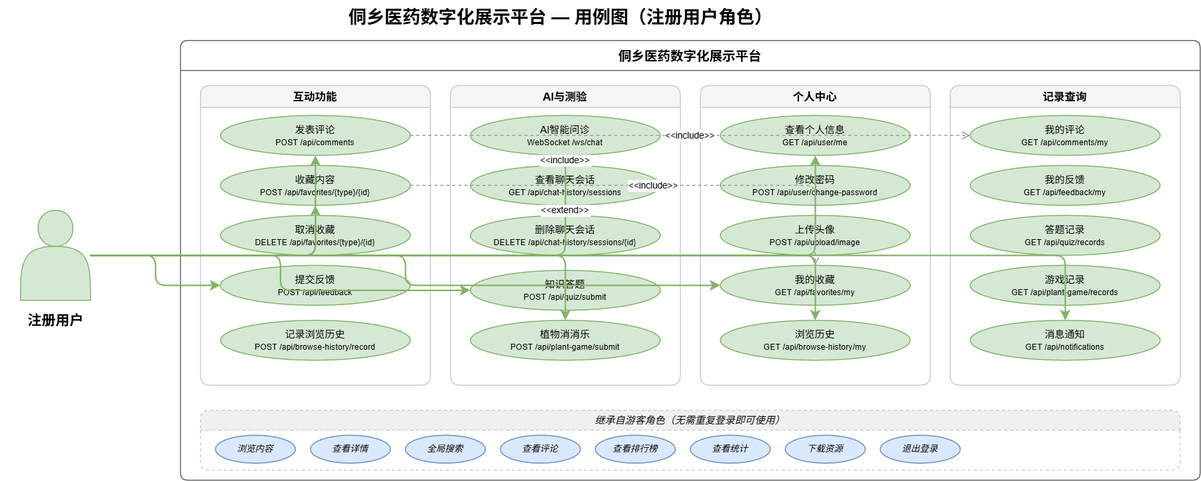
yhe3603-star/Graduation-Project keeps this draw.io diagram as docs/diagrams-png/usecase-user.drawio.png. Above is the earlier version. Source tidied: cells renumbered, new cells last; positions are measured from the earlier drawing's top-left corner, leaving out a move shared by most shapes. The source it was exported from:
```xml
<mxGraphModel>
  <root>
    <mxCell id="0" />
    <mxCell id="1" parent="0" />
    <mxCell id="2" value="侗乡医药数字化展示平台 — 用例图（注册用户角色）" style="text;html=1;fontSize=18;fontStyle=1;align=center;" parent="1" vertex="1">
      <mxGeometry x="310" width="500" height="35" as="geometry" />
    </mxCell>
    <mxCell id="3" style="shape=actor;whiteSpace=wrap;html=1;verticalAlign=bottom;labelPosition=center;verticalLabelPosition=bottom;outlineConnect=0;fillColor=#d5e8d4;strokeColor=#82b366;size=20;" parent="1" vertex="1">
      <mxGeometry x="20" y="210" width="70" height="90" as="geometry" />
    </mxCell>
    <mxCell id="4" value="注册用户" style="text;html=1;fontSize=14;fontStyle=1;align=center;" parent="1" vertex="1">
      <mxGeometry y="305" width="110" height="25" as="geometry" />
    </mxCell>
    <mxCell id="5" value="侗乡医药数字化展示平台" style="swimlane;startSize=30;fillColor=#FFFFFF;strokeColor=#666;fontStyle=1;fontSize=13;rounded=1;arcSize=8;" parent="1" vertex="1">
      <mxGeometry x="180" y="40" width="1020" height="440" as="geometry" />
    </mxCell>
    <mxCell id="6" value="互动功能" style="swimlane;startSize=22;fillColor=#f5f5f5;strokeColor=#CCC;fontStyle=1;fontSize=11;rounded=1;" parent="5" vertex="1">
      <mxGeometry x="20" y="45" width="230" height="300" as="geometry" />
    </mxCell>
    <mxCell id="7" value="发表评论&lt;br&gt;&lt;small&gt;POST /api/comments&lt;/small&gt;" style="ellipse;whiteSpace=wrap;html=1;fillColor=#d5e8d4;strokeColor=#82b366;fontSize=10;" parent="6" vertex="1">
      <mxGeometry x="20" y="30" width="190" height="40" as="geometry" />
    </mxCell>
    <mxCell id="8" value="收藏内容&lt;br&gt;&lt;small&gt;POST /api/favorites/{type}/{id}&lt;/small&gt;" style="ellipse;whiteSpace=wrap;html=1;fillColor=#d5e8d4;strokeColor=#82b366;fontSize=10;" parent="6" vertex="1">
      <mxGeometry x="20" y="80" width="190" height="40" as="geometry" />
    </mxCell>
    <mxCell id="9" value="取消收藏&lt;br&gt;&lt;small&gt;DELETE /api/favorites/{type}/{id}&lt;/small&gt;" style="ellipse;whiteSpace=wrap;html=1;fillColor=#d5e8d4;strokeColor=#82b366;fontSize=10;" parent="6" vertex="1">
      <mxGeometry x="20" y="130" width="190" height="40" as="geometry" />
    </mxCell>
    <mxCell id="10" value="提交反馈&lt;br&gt;&lt;small&gt;POST /api/feedback&lt;/small&gt;" style="ellipse;whiteSpace=wrap;html=1;fillColor=#d5e8d4;strokeColor=#82b366;fontSize=10;" parent="6" vertex="1">
      <mxGeometry x="20" y="180" width="190" height="40" as="geometry" />
    </mxCell>
    <mxCell id="11" value="记录浏览历史&lt;br&gt;&lt;small&gt;POST /api/browse-history/record&lt;/small&gt;" style="ellipse;whiteSpace=wrap;html=1;fillColor=#d5e8d4;strokeColor=#82b366;fontSize=10;" parent="6" vertex="1">
      <mxGeometry x="20" y="235" width="190" height="40" as="geometry" />
    </mxCell>
    <mxCell id="12" value="AI与测验" style="swimlane;startSize=22;fillColor=#f5f5f5;strokeColor=#CCC;fontStyle=1;fontSize=11;rounded=1;" parent="5" vertex="1">
      <mxGeometry x="270" y="45" width="230" height="300" as="geometry" />
    </mxCell>
    <mxCell id="13" value="AI智能问诊&lt;br&gt;&lt;small&gt;WebSocket /ws/chat&lt;/small&gt;" style="ellipse;whiteSpace=wrap;html=1;fillColor=#d5e8d4;strokeColor=#82b366;fontSize=10;" parent="12" vertex="1">
      <mxGeometry x="20" y="30" width="190" height="40" as="geometry" />
    </mxCell>
    <mxCell id="14" value="查看聊天会话&lt;br&gt;&lt;small&gt;GET /api/chat-history/sessions&lt;/small&gt;" style="ellipse;whiteSpace=wrap;html=1;fillColor=#d5e8d4;strokeColor=#82b366;fontSize=10;" parent="12" vertex="1">
      <mxGeometry x="20" y="80" width="190" height="40" as="geometry" />
    </mxCell>
    <mxCell id="15" value="删除聊天会话&lt;br&gt;&lt;small&gt;DELETE /api/chat-history/sessions/{id}&lt;/small&gt;" style="ellipse;whiteSpace=wrap;html=1;fillColor=#d5e8d4;strokeColor=#82b366;fontSize=10;" parent="12" vertex="1">
      <mxGeometry x="20" y="130" width="190" height="40" as="geometry" />
    </mxCell>
    <mxCell id="16" value="知识答题&lt;br&gt;&lt;small&gt;POST /api/quiz/submit&lt;/small&gt;" style="ellipse;whiteSpace=wrap;html=1;fillColor=#d5e8d4;strokeColor=#82b366;fontSize=10;" parent="12" vertex="1">
      <mxGeometry x="20" y="185" width="190" height="40" as="geometry" />
    </mxCell>
    <mxCell id="17" value="植物消消乐&lt;br&gt;&lt;small&gt;POST /api/plant-game/submit&lt;/small&gt;" style="ellipse;whiteSpace=wrap;html=1;fillColor=#d5e8d4;strokeColor=#82b366;fontSize=10;" parent="12" vertex="1">
      <mxGeometry x="20" y="235" width="190" height="40" as="geometry" />
    </mxCell>
    <mxCell id="18" value="个人中心" style="swimlane;startSize=22;fillColor=#f5f5f5;strokeColor=#CCC;fontStyle=1;fontSize=11;rounded=1;" parent="5" vertex="1">
      <mxGeometry x="520" y="45" width="230" height="300" as="geometry" />
    </mxCell>
    <mxCell id="19" value="查看个人信息&lt;br&gt;&lt;small&gt;GET /api/user/me&lt;/small&gt;" style="ellipse;whiteSpace=wrap;html=1;fillColor=#d5e8d4;strokeColor=#82b366;fontSize=10;" parent="18" vertex="1">
      <mxGeometry x="20" y="30" width="190" height="40" as="geometry" />
    </mxCell>
    <mxCell id="20" value="修改密码&lt;br&gt;&lt;small&gt;POST /api/user/change-password&lt;/small&gt;" style="ellipse;whiteSpace=wrap;html=1;fillColor=#d5e8d4;strokeColor=#82b366;fontSize=10;" parent="18" vertex="1">
      <mxGeometry x="20" y="80" width="190" height="40" as="geometry" />
    </mxCell>
    <mxCell id="21" value="上传头像&lt;br&gt;&lt;small&gt;POST /api/upload/image&lt;/small&gt;" style="ellipse;whiteSpace=wrap;html=1;fillColor=#d5e8d4;strokeColor=#82b366;fontSize=10;" parent="18" vertex="1">
      <mxGeometry x="20" y="130" width="190" height="40" as="geometry" />
    </mxCell>
    <mxCell id="22" value="我的收藏&lt;br&gt;&lt;small&gt;GET /api/favorites/my&lt;/small&gt;" style="ellipse;whiteSpace=wrap;html=1;fillColor=#d5e8d4;strokeColor=#82b366;fontSize=10;" parent="18" vertex="1">
      <mxGeometry x="20" y="180" width="190" height="40" as="geometry" />
    </mxCell>
    <mxCell id="23" value="浏览历史&lt;br&gt;&lt;small&gt;GET /api/browse-history/my&lt;/small&gt;" style="ellipse;whiteSpace=wrap;html=1;fillColor=#d5e8d4;strokeColor=#82b366;fontSize=10;" parent="18" vertex="1">
      <mxGeometry x="20" y="235" width="190" height="40" as="geometry" />
    </mxCell>
    <mxCell id="24" value="记录查询" style="swimlane;startSize=22;fillColor=#f5f5f5;strokeColor=#CCC;fontStyle=1;fontSize=11;rounded=1;" parent="5" vertex="1">
      <mxGeometry x="770" y="45" width="230" height="300" as="geometry" />
    </mxCell>
    <mxCell id="25" value="我的评论&lt;br&gt;&lt;small&gt;GET /api/comments/my&lt;/small&gt;" style="ellipse;whiteSpace=wrap;html=1;fillColor=#d5e8d4;strokeColor=#82b366;fontSize=10;" parent="24" vertex="1">
      <mxGeometry x="20" y="30" width="190" height="40" as="geometry" />
    </mxCell>
    <mxCell id="26" value="我的反馈&lt;br&gt;&lt;small&gt;GET /api/feedback/my&lt;/small&gt;" style="ellipse;whiteSpace=wrap;html=1;fillColor=#d5e8d4;strokeColor=#82b366;fontSize=10;" parent="24" vertex="1">
      <mxGeometry x="20" y="80" width="190" height="40" as="geometry" />
    </mxCell>
    <mxCell id="27" value="答题记录&lt;br&gt;&lt;small&gt;GET /api/quiz/records&lt;/small&gt;" style="ellipse;whiteSpace=wrap;html=1;fillColor=#d5e8d4;strokeColor=#82b366;fontSize=10;" parent="24" vertex="1">
      <mxGeometry x="20" y="130" width="190" height="40" as="geometry" />
    </mxCell>
    <mxCell id="28" value="游戏记录&lt;br&gt;&lt;small&gt;GET /api/plant-game/records&lt;/small&gt;" style="ellipse;whiteSpace=wrap;html=1;fillColor=#d5e8d4;strokeColor=#82b366;fontSize=10;" parent="24" vertex="1">
      <mxGeometry x="20" y="180" width="190" height="40" as="geometry" />
    </mxCell>
    <mxCell id="29" value="消息通知&lt;br&gt;&lt;small&gt;GET /api/notifications&lt;/small&gt;" style="ellipse;whiteSpace=wrap;html=1;fillColor=#d5e8d4;strokeColor=#82b366;fontSize=10;" parent="24" vertex="1">
      <mxGeometry x="20" y="235" width="190" height="40" as="geometry" />
    </mxCell>
    <mxCell id="30" value="继承自游客角色（无需重复登录即可使用）" style="swimlane;startSize=20;fillColor=#f0f0f0;strokeColor=#CCC;fontStyle=2;fontSize=10;rounded=1;dashed=1;" parent="5" vertex="1">
      <mxGeometry x="20" y="370" width="980" height="60" as="geometry" />
    </mxCell>
    <mxCell id="31" value="浏览内容" style="ellipse;whiteSpace=wrap;html=1;fillColor=#dae8fc;strokeColor=#6c8ebf;fontSize=9;fontStyle=2;" parent="30" vertex="1">
      <mxGeometry x="15" y="25" width="80" height="28" as="geometry" />
    </mxCell>
    <mxCell id="32" value="查看详情" style="ellipse;whiteSpace=wrap;html=1;fillColor=#dae8fc;strokeColor=#6c8ebf;fontSize=9;fontStyle=2;" parent="30" vertex="1">
      <mxGeometry x="110" y="25" width="80" height="28" as="geometry" />
    </mxCell>
    <mxCell id="33" value="全局搜索" style="ellipse;whiteSpace=wrap;html=1;fillColor=#dae8fc;strokeColor=#6c8ebf;fontSize=9;fontStyle=2;" parent="30" vertex="1">
      <mxGeometry x="205" y="25" width="80" height="28" as="geometry" />
    </mxCell>
    <mxCell id="34" value="查看评论" style="ellipse;whiteSpace=wrap;html=1;fillColor=#dae8fc;strokeColor=#6c8ebf;fontSize=9;fontStyle=2;" parent="30" vertex="1">
      <mxGeometry x="300" y="25" width="80" height="28" as="geometry" />
    </mxCell>
    <mxCell id="35" value="查看排行榜" style="ellipse;whiteSpace=wrap;html=1;fillColor=#dae8fc;strokeColor=#6c8ebf;fontSize=9;fontStyle=2;" parent="30" vertex="1">
      <mxGeometry x="395" y="25" width="80" height="28" as="geometry" />
    </mxCell>
    <mxCell id="36" value="查看统计" style="ellipse;whiteSpace=wrap;html=1;fillColor=#dae8fc;strokeColor=#6c8ebf;fontSize=9;fontStyle=2;" parent="30" vertex="1">
      <mxGeometry x="490" y="25" width="80" height="28" as="geometry" />
    </mxCell>
    <mxCell id="37" value="下载资源" style="ellipse;whiteSpace=wrap;html=1;fillColor=#dae8fc;strokeColor=#6c8ebf;fontSize=9;fontStyle=2;" parent="30" vertex="1">
      <mxGeometry x="585" y="25" width="80" height="28" as="geometry" />
    </mxCell>
    <mxCell id="38" value="退出登录" style="ellipse;whiteSpace=wrap;html=1;fillColor=#dae8fc;strokeColor=#6c8ebf;fontSize=9;fontStyle=2;" parent="30" vertex="1">
      <mxGeometry x="680" y="25" width="80" height="28" as="geometry" />
    </mxCell>
    <mxCell id="39" style="edgeStyle=orthogonalEdgeStyle;rounded=1;strokeColor=#82b366;strokeWidth=1.5;" parent="5" edge="1" source="3" target="7">
      <mxGeometry relative="1" as="geometry" />
    </mxCell>
    <mxCell id="40" style="edgeStyle=orthogonalEdgeStyle;rounded=1;strokeColor=#82b366;strokeWidth=1.5;" parent="5" edge="1" source="3" target="8">
      <mxGeometry relative="1" as="geometry" />
    </mxCell>
    <mxCell id="41" style="edgeStyle=orthogonalEdgeStyle;rounded=1;strokeColor=#82b366;strokeWidth=1.5;" parent="5" edge="1" source="3" target="10">
      <mxGeometry relative="1" as="geometry" />
    </mxCell>
    <mxCell id="42" style="edgeStyle=orthogonalEdgeStyle;rounded=1;strokeColor=#82b366;strokeWidth=1.5;" parent="5" edge="1" source="3" target="13">
      <mxGeometry relative="1" as="geometry" />
    </mxCell>
    <mxCell id="43" style="edgeStyle=orthogonalEdgeStyle;rounded=1;strokeColor=#82b366;strokeWidth=1.5;" parent="5" edge="1" source="3" target="16">
      <mxGeometry relative="1" as="geometry" />
    </mxCell>
    <mxCell id="44" style="edgeStyle=orthogonalEdgeStyle;rounded=1;strokeColor=#82b366;strokeWidth=1.5;" parent="5" edge="1" source="3" target="17">
      <mxGeometry relative="1" as="geometry" />
    </mxCell>
    <mxCell id="45" style="edgeStyle=orthogonalEdgeStyle;rounded=1;strokeColor=#82b366;strokeWidth=1.5;" parent="5" edge="1" source="3" target="19">
      <mxGeometry relative="1" as="geometry" />
    </mxCell>
    <mxCell id="46" style="edgeStyle=orthogonalEdgeStyle;rounded=1;strokeColor=#82b366;strokeWidth=1.5;" parent="5" edge="1" source="3" target="22">
      <mxGeometry relative="1" as="geometry" />
    </mxCell>
    <mxCell id="47" style="edgeStyle=orthogonalEdgeStyle;rounded=1;strokeColor=#82b366;strokeWidth=1.5;" parent="5" edge="1" source="3" target="23">
      <mxGeometry relative="1" as="geometry" />
    </mxCell>
    <mxCell id="48" style="edgeStyle=orthogonalEdgeStyle;rounded=1;strokeColor=#82b366;strokeWidth=1.5;" parent="5" edge="1" source="3" target="29">
      <mxGeometry relative="1" as="geometry" />
    </mxCell>
    <mxCell id="49" value="&lt;&lt;include&gt;&gt;" style="edgeStyle=orthogonalEdgeStyle;rounded=1;dashed=1;strokeColor=#999;fontSize=9;endArrow=open;endFill=0;" parent="5" edge="1" source="7" target="25">
      <mxGeometry relative="1" as="geometry" />
    </mxCell>
    <mxCell id="50" value="&lt;&lt;include&gt;&gt;" style="edgeStyle=orthogonalEdgeStyle;rounded=1;dashed=1;strokeColor=#999;fontSize=9;endArrow=open;endFill=0;" parent="5" edge="1" source="8" target="22">
      <mxGeometry relative="1" as="geometry" />
    </mxCell>
    <mxCell id="51" value="&lt;&lt;include&gt;&gt;" style="edgeStyle=orthogonalEdgeStyle;rounded=1;dashed=1;strokeColor=#999;fontSize=9;endArrow=open;endFill=0;" parent="5" edge="1" source="13" target="14">
      <mxGeometry relative="1" as="geometry" />
    </mxCell>
    <mxCell id="52" value="&lt;&lt;extend&gt;&gt;" style="edgeStyle=orthogonalEdgeStyle;rounded=1;dashed=1;strokeColor=#b85450;fontSize=9;endArrow=open;endFill=0;" parent="5" edge="1" source="14" target="15">
      <mxGeometry relative="1" as="geometry" />
    </mxCell>
  </root>
</mxGraphModel>
```
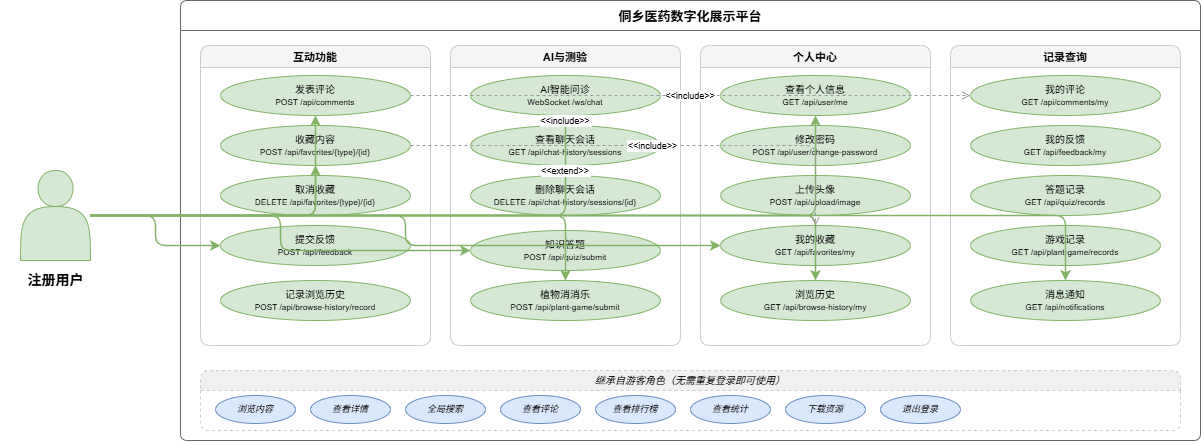
Later version of the same file.

The edit, as a diff of the source:
```diff
@@ -2,9 +2,6 @@
   <root>
     <mxCell id="0" />
     <mxCell id="1" parent="0" />
-    <mxCell id="2" value="侗乡医药数字化展示平台 — 用例图（注册用户角色）" style="text;html=1;fontSize=18;fontStyle=1;align=center;" parent="1" vertex="1">
-      <mxGeometry x="310" width="500" height="35" as="geometry" />
-    </mxCell>
     <mxCell id="3" style="shape=actor;whiteSpace=wrap;html=1;verticalAlign=bottom;labelPosition=center;verticalLabelPosition=bottom;outlineConnect=0;fillColor=#d5e8d4;strokeColor=#82b366;size=20;" parent="1" vertex="1">
       <mxGeometry x="20" y="210" width="70" height="90" as="geometry" />
     </mxCell>
```
